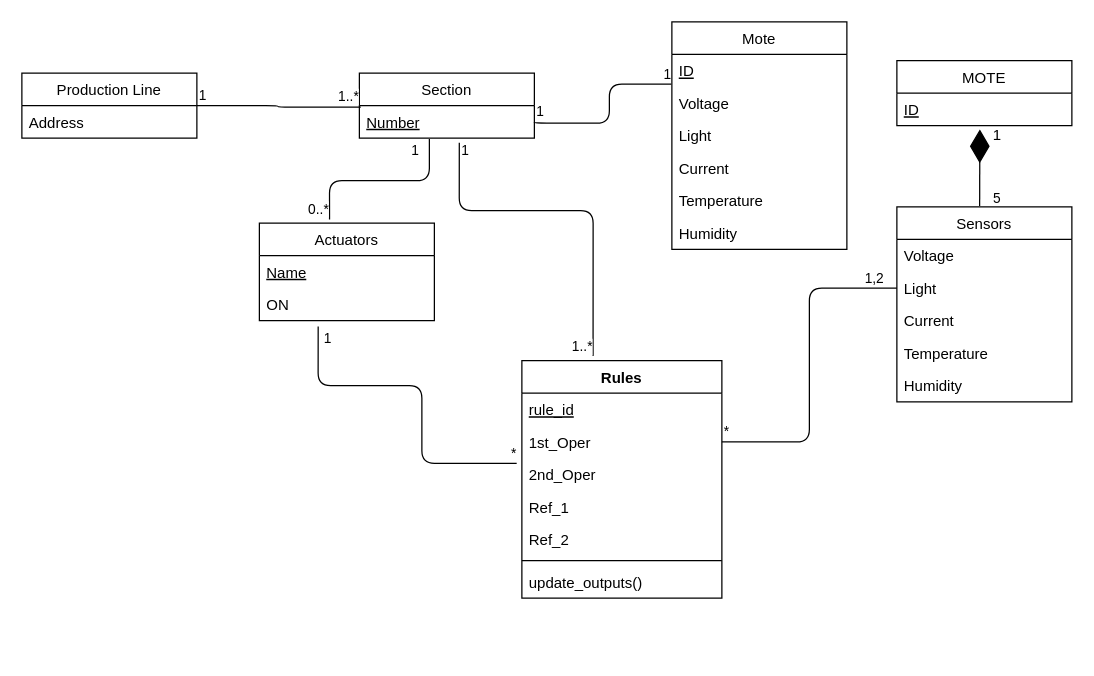
The draw.io diagram page "Page-1" (1 of 3) of squematics/DB.drawio in Automation-yatata/Industry4.0-PizzaPlace, before the edit. Source tidied: cells renumbered, new cells numbered last; positions are measured from the earlier drawing's top-left corner, leaving out a move shared by most shapes. Both pictures are drawn from the tidied source at 125%, with x=0, y=0 at pixel (21, 21).
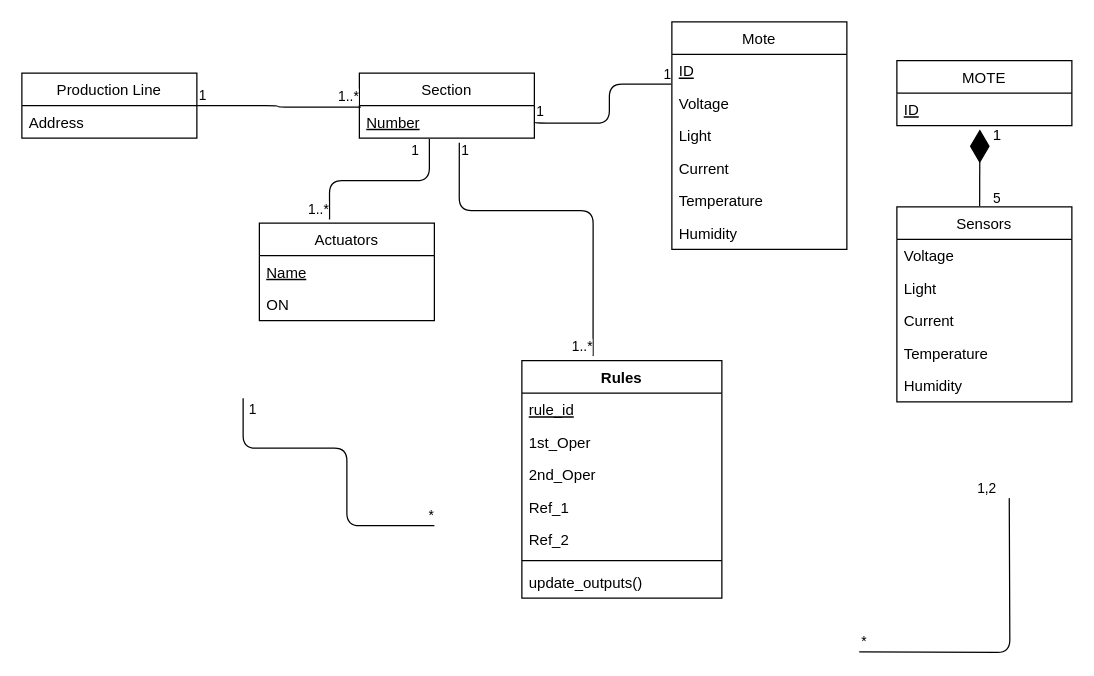
The same diagram, later.

Unchanged cells that the change refers to:
```xml
<mxCell id="16" value="ON" style="text;strokeColor=none;fillColor=none;align=left;verticalAlign=top;spacingLeft=4;spacingRight=4;overflow=hidden;points=[[0,0.5],[1,0.5]];portConstraint=eastwest;" parent="14" vertex="1">
  <mxGeometry y="52" width="140" height="26" as="geometry" />
</mxCell>
<mxCell id="17" style="endArrow=none;html=1;edgeStyle=orthogonalEdgeStyle;entryX=0.401;entryY=-0.038;entryDx=0;entryDy=0;entryPerimeter=0;exitX=0.4;exitY=1.026;exitDx=0;exitDy=0;exitPerimeter=0;" parent="1" edge="1" source="3" target="14">
  <mxGeometry relative="1" as="geometry" />
</mxCell>
<mxCell id="25" value="Light" style="text;strokeColor=none;fillColor=none;align=left;verticalAlign=top;spacingLeft=4;spacingRight=4;overflow=hidden;points=[[0,0.5],[1,0.5]];portConstraint=eastwest;" parent="23" vertex="1">
  <mxGeometry y="52" width="140" height="26" as="geometry" />
</mxCell>
<mxCell id="37" value="1st_Oper" style="text;strokeColor=none;fillColor=none;align=left;verticalAlign=top;spacingLeft=4;spacingRight=4;overflow=hidden;points=[[0,0.5],[1,0.5]];portConstraint=eastwest;" parent="35" vertex="1">
  <mxGeometry y="52" width="160" height="26" as="geometry" />
</mxCell>
<mxCell id="38" value="2nd_Oper" style="text;strokeColor=none;fillColor=none;align=left;verticalAlign=top;spacingLeft=4;spacingRight=4;overflow=hidden;points=[[0,0.5],[1,0.5]];portConstraint=eastwest;" parent="35" vertex="1">
  <mxGeometry y="78" width="160" height="26" as="geometry" />
</mxCell>
```

The edit, as a diff of the source:
```diff
@@
-    <mxCell id="19" value="0..*" style="edgeLabel;html=1;align=right;verticalAlign=bottom;" parent="17" vertex="1">
+    <mxCell id="19" value="1..*" style="edgeLabel;html=1;align=right;verticalAlign=bottom;" parent="17" vertex="1">
       <mxGeometry x="1" relative="1" as="geometry" />
     </mxCell>
@@
-    <mxCell id="46" style="endArrow=none;html=1;edgeStyle=orthogonalEdgeStyle;entryX=-0.026;entryY=0.158;entryDx=0;entryDy=0;entryPerimeter=0;exitX=0.336;exitY=1.181;exitDx=0;exitDy=0;exitPerimeter=0;" parent="1" edge="1" source="16" target="38">
+    <mxCell id="46" style="endArrow=none;html=1;edgeStyle=orthogonalEdgeStyle;" parent="1" edge="1">
       <mxGeometry relative="1" as="geometry">
+        <mxPoint x="177" y="301" as="sourcePoint" />
+        <mxPoint x="330" y="403" as="targetPoint" />
         <Array as="points">
-          <mxPoint x="237" y="291" />
-          <mxPoint x="320" y="291" />
-          <mxPoint x="320" y="353" />
+          <mxPoint x="177" y="341" />
+          <mxPoint x="260" y="341" />
+          <mxPoint x="260" y="403" />
         </Array>
       </mxGeometry>
     </mxCell>
@@
-    <mxCell id="49" style="endArrow=none;html=1;edgeStyle=orthogonalEdgeStyle;entryX=0;entryY=0.5;entryDx=0;entryDy=0;exitX=1;exitY=0.5;exitDx=0;exitDy=0;" parent="1" edge="1" source="37" target="25">
-      <mxGeometry relative="1" as="geometry" />
+    <mxCell id="49" style="endArrow=none;html=1;edgeStyle=orthogonalEdgeStyle;" parent="1" edge="1">
+      <mxGeometry relative="1" as="geometry">
+        <mxPoint x="669.9" y="504" as="sourcePoint" />
+        <mxPoint x="789.9" y="381" as="targetPoint" />
+      </mxGeometry>
     </mxCell>
```
